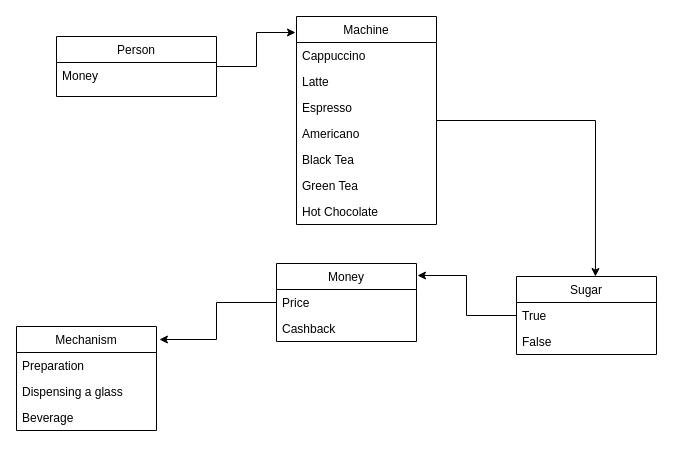
The draw.io diagram CoffeeMachine.drawio in AntonStukalin/UP, before the edit. Source tidied: cells renumbered, new cells numbered last; positions are measured from the earlier drawing's top-left corner, leaving out a move shared by most shapes. Both pictures are drawn from the tidied source at 100%, with x=0, y=0 at pixel (16, 16).
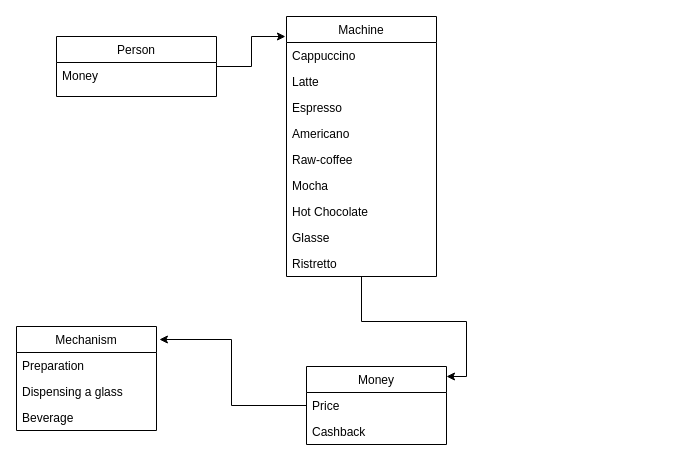
After the change.

The edit, as a diff of the source:
```diff
@@
-    <mxCell id="5" style="edgeStyle=orthogonalEdgeStyle;rounded=0;jettySize=auto;html=1;entryX=0.564;entryY=0;entryDx=0;entryDy=0;entryPerimeter=0;" parent="1" edge="1" source="6" target="19">
+    <mxCell id="5" style="edgeStyle=orthogonalEdgeStyle;rounded=0;jettySize=auto;html=1;entryX=1;entryY=0.128;entryDx=0;entryDy=0;entryPerimeter=0;" parent="1" edge="1" source="6" target="23">
       <mxGeometry relative="1" as="geometry" />
     </mxCell>
     <mxCell id="6" value="Machine" style="swimlane;fontStyle=0;horizontal=1;startSize=26;fillColor=none;" parent="1" vertex="1">
-      <mxGeometry x="280" width="140" height="208" as="geometry" />
+      <mxGeometry x="270" width="150" height="260" as="geometry" />
     </mxCell>
     <mxCell id="7" value="Cappuccino" style="text;strokeColor=none;fillColor=none;align=left;verticalAlign=top;spacingLeft=4;spacingRight=4;overflow=hidden;" parent="6" vertex="1">
-      <mxGeometry y="26" width="140" height="26" as="geometry" />
+      <mxGeometry y="26" width="150" height="26" as="geometry" />
     </mxCell>
     <mxCell id="8" value="Latte" style="text;strokeColor=none;fillColor=none;align=left;verticalAlign=top;spacingLeft=4;spacingRight=4;overflow=hidden;" parent="6" vertex="1">
-      <mxGeometry y="52" width="140" height="26" as="geometry" />
+      <mxGeometry y="52" width="150" height="26" as="geometry" />
     </mxCell>
     <mxCell id="9" value="Espresso" style="text;align=left;verticalAlign=top;spacingLeft=4;spacingRight=4;overflow=hidden;" parent="6" vertex="1">
-      <mxGeometry y="78" width="140" height="26" as="geometry" />
+      <mxGeometry y="78" width="150" height="26" as="geometry" />
     </mxCell>
     <mxCell id="10" value="Americano" style="text;align=left;verticalAlign=top;spacingLeft=4;spacingRight=4;overflow=hidden;" parent="6" vertex="1">
-      <mxGeometry y="104" width="140" height="26" as="geometry" />
+      <mxGeometry y="104" width="150" height="26" as="geometry" />
     </mxCell>
-    <mxCell id="11" value="Black Tea" style="text;align=left;verticalAlign=top;spacingLeft=4;spacingRight=4;overflow=hidden;" parent="6" vertex="1">
-      <mxGeometry y="130" width="140" height="26" as="geometry" />
+    <mxCell id="11" value="Raw-coffee" style="text;align=left;verticalAlign=top;spacingLeft=4;spacingRight=4;overflow=hidden;" parent="6" vertex="1">
+      <mxGeometry y="130" width="150" height="26" as="geometry" />
     </mxCell>
-    <mxCell id="12" value="Green Tea" style="text;align=left;verticalAlign=top;spacingLeft=4;spacingRight=4;overflow=hidden;" parent="6" vertex="1">
-      <mxGeometry y="156" width="140" height="26" as="geometry" />
+    <mxCell id="12" value="Mocha" style="text;align=left;verticalAlign=top;spacingLeft=4;spacingRight=4;overflow=hidden;" parent="6" vertex="1">
+      <mxGeometry y="156" width="150" height="26" as="geometry" />
     </mxCell>
     <mxCell id="13" value="Hot Chocolate" style="text;align=left;verticalAlign=top;spacingLeft=4;spacingRight=4;overflow=hidden;" parent="6" vertex="1">
-      <mxGeometry y="182" width="140" height="26" as="geometry" />
+      <mxGeometry y="182" width="150" height="26" as="geometry" />
     </mxCell>
+    <mxCell id="26" value="Glasse" style="text;strokeColor=none;fillColor=none;align=left;verticalAlign=top;spacingLeft=4;spacingRight=4;overflow=hidden;" parent="6" vertex="1">
+      <mxGeometry y="208" width="150" height="26" as="geometry" />
+    </mxCell>
+    <mxCell id="27" value="Ristretto&#10;" style="text;strokeColor=none;fillColor=none;align=left;verticalAlign=top;spacingLeft=4;spacingRight=4;overflow=hidden;" parent="6" vertex="1">
+      <mxGeometry y="234" width="150" height="26" as="geometry" />
+    </mxCell>
@@
-    <mxCell id="18" style="edgeStyle=orthogonalEdgeStyle;rounded=0;jettySize=auto;html=1;entryX=1.007;entryY=0.154;entryDx=0;entryDy=0;entryPerimeter=0;" parent="1" edge="1" source="19" target="23">
-      <mxGeometry relative="1" as="geometry" />
-    </mxCell>
-    <mxCell id="19" value="Sugar" style="swimlane;fontStyle=0;horizontal=1;startSize=26;fillColor=none;strokeColor=#000000;" parent="1" vertex="1">
-      <mxGeometry x="500" y="260" width="140" height="78" as="geometry" />
-    </mxCell>
-    <mxCell id="20" value="True" style="text;strokeColor=none;fillColor=none;align=left;verticalAlign=top;spacingLeft=4;spacingRight=4;overflow=hidden;" parent="19" vertex="1">
-      <mxGeometry y="26" width="140" height="26" as="geometry" />
-    </mxCell>
-    <mxCell id="21" value="False" style="text;strokeColor=none;fillColor=none;align=left;verticalAlign=top;spacingLeft=4;spacingRight=4;overflow=hidden;" parent="19" vertex="1">
-      <mxGeometry y="52" width="140" height="26" as="geometry" />
-    </mxCell>
@@
     <mxCell id="23" value="Money" style="swimlane;fontStyle=0;horizontal=1;startSize=26;fillColor=none;strokeColor=#000000;" parent="1" vertex="1">
-      <mxGeometry x="260" y="247" width="140" height="78" as="geometry" />
+      <mxGeometry x="290" y="350" width="140" height="78" as="geometry" />
     </mxCell>
```
